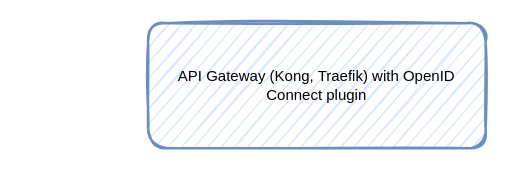
This is microservices.drawio from vahidzafari/microservice-design, a draw.io file, before an edit. Source tidied: cells renumbered, new cells numbered last; positions are measured from the earlier drawing's top-left corner, leaving out a move shared by most shapes. Both pictures are drawn from the tidied source at 125%, with x=0, y=0 at pixel (148, 22).
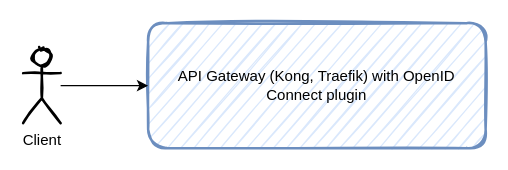
After the change.

Commit message:
add client diagram

Diff of the diagram source:
```diff
@@
 <mxGraphModel>
   <root>
     <mxCell id="0" />
     <mxCell id="1" parent="0" />
     <mxCell id="2" value="API Gateway (Kong, Traefik) with OpenID Connect plugin" style="rounded=1;whiteSpace=wrap;html=1;sketch=1;fillColor=#dae8fc;strokeColor=#6c8ebf;strokeWidth=2;glass=0;shadow=0;" parent="1" vertex="1">
       <mxGeometry width="270" height="100" as="geometry" />
     </mxCell>
+    <mxCell id="3" style="edgeStyle=orthogonalEdgeStyle;rounded=0;jettySize=auto;html=1;" parent="1" edge="1" source="4" target="2">
+      <mxGeometry relative="1" as="geometry" />
+    </mxCell>
+    <mxCell id="4" value="&lt;div&gt;Client&lt;/div&gt;" style="shape=umlActor;verticalLabelPosition=bottom;verticalAlign=top;html=1;shadow=0;glass=0;sketch=1;strokeWidth=2;fillColor=none;gradientColor=none;" parent="1" vertex="1">
+      <mxGeometry x="-100" y="20" width="30" height="60" as="geometry" />
+    </mxCell>
   </root>
 </mxGraphModel>
```
